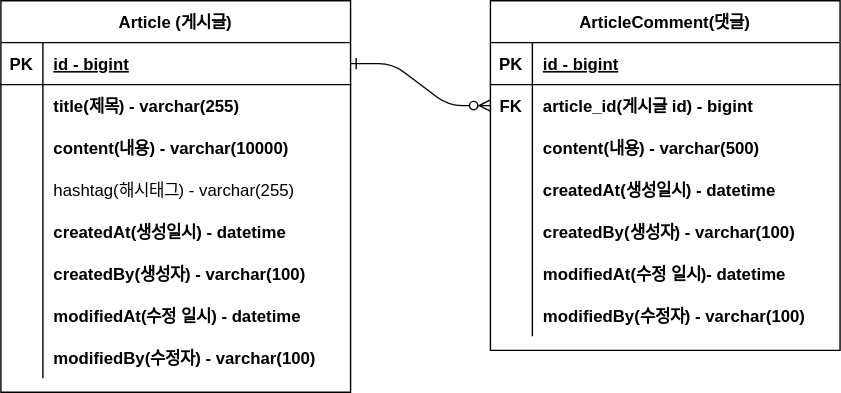
Before: document/BoardService.svg, a diagram exported from draw.io (Inderby/BoardService). Source tidied: cells renumbered, new cells last; positions are measured from the earlier drawing's top-left corner, leaving out a move shared by most shapes.
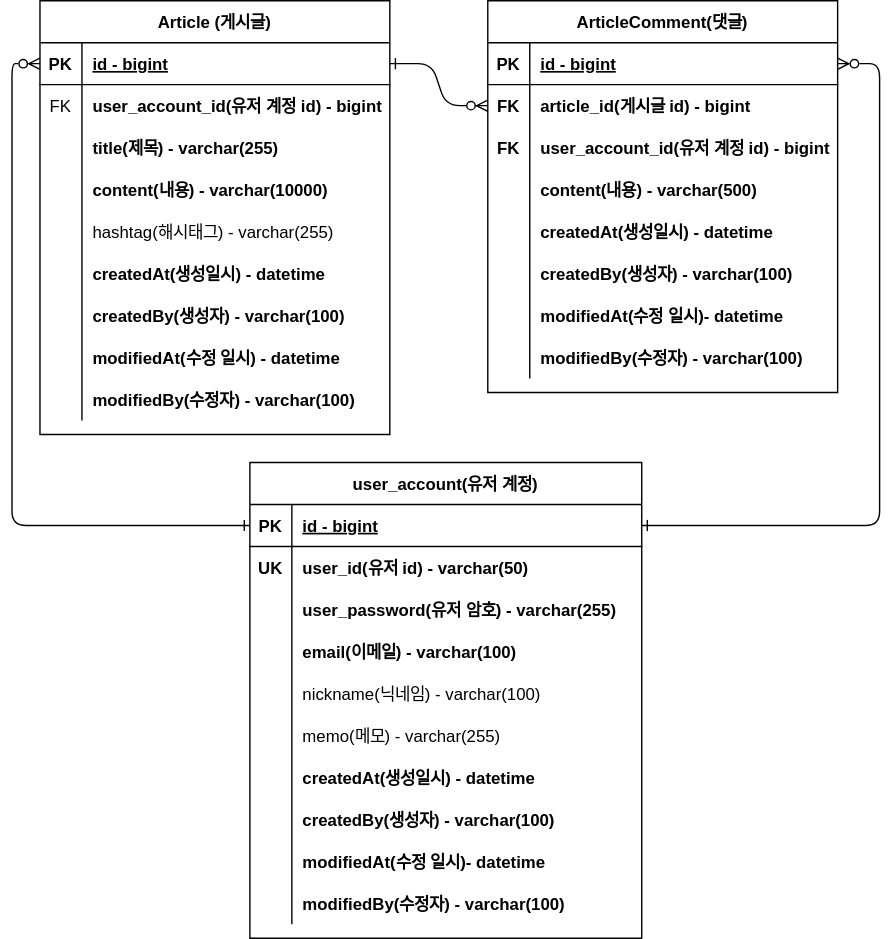
Above is the later version.

Commit message:
#17 - erd svg 업데이트 : user_account 테이블을 추가하고 연관 관계를 표시함

Change to the diagram source:
```diff
@@ -6,7 +6,7 @@
       <mxGeometry relative="1" as="geometry" />
     </mxCell>
     <mxCell id="3" value="Article (게시글)" style="shape=table;startSize=30;rowLines=0;fontStyle=1;align=center;" parent="1" vertex="1">
-      <mxGeometry width="250" height="280" as="geometry" />
+      <mxGeometry x="39" width="250" height="310" as="geometry" />
     </mxCell>
     <mxCell id="4" style="shape=partialRectangle;fillColor=none;points=[[0,0.5],[1,0.5]];portConstraint=eastwest;top=0;left=0;right=0;bottom=1;" parent="3" vertex="1">
       <mxGeometry y="30" width="250" height="30" as="geometry" />
@@ -17,8 +17,17 @@
     <mxCell id="6" value="id - bigint" style="shape=partialRectangle;overflow=hidden;fillColor=none;top=0;left=0;bottom=0;right=0;align=left;spacingLeft=6;fontStyle=5;" parent="4" vertex="1">
       <mxGeometry x="30" width="220" height="30" as="geometry" />
     </mxCell>
+    <mxCell id="50" style="shape=partialRectangle;fillColor=none;top=0;left=0;right=0;bottom=0;" parent="3" vertex="1">
+      <mxGeometry y="60" width="250" height="30" as="geometry" />
+    </mxCell>
+    <mxCell id="51" value="FK" style="shape=partialRectangle;overflow=hidden;fillColor=none;top=0;left=0;bottom=0;right=0;" parent="50" vertex="1">
+      <mxGeometry width="30" height="30" as="geometry" />
+    </mxCell>
+    <mxCell id="52" value="user_account_id(유저 계정 id) - bigint" style="shape=partialRectangle;overflow=hidden;fillColor=none;top=0;left=0;bottom=0;right=0;align=left;spacingLeft=6;fontStyle=1;" parent="50" vertex="1">
+      <mxGeometry x="30" width="220" height="30" as="geometry" />
+    </mxCell>
     <mxCell id="7" style="shape=partialRectangle;fillColor=none;top=0;left=0;right=0;bottom=0;" parent="3" vertex="1">
-      <mxGeometry y="60" width="250" height="30" as="geometry" />
+      <mxGeometry y="90" width="250" height="30" as="geometry" />
     </mxCell>
     <mxCell id="8" style="shape=partialRectangle;overflow=hidden;fillColor=none;top=0;left=0;bottom=0;right=0;" parent="7" vertex="1">
       <mxGeometry width="30" height="30" as="geometry" />
@@ -27,7 +36,7 @@
       <mxGeometry x="30" width="220" height="30" as="geometry" />
     </mxCell>
     <mxCell id="10" style="shape=partialRectangle;fillColor=none;top=0;left=0;right=0;bottom=0;" parent="3" vertex="1">
-      <mxGeometry y="90" width="250" height="30" as="geometry" />
+      <mxGeometry y="120" width="250" height="30" as="geometry" />
     </mxCell>
     <mxCell id="11" style="shape=partialRectangle;overflow=hidden;fillColor=none;top=0;left=0;bottom=0;right=0;" parent="10" vertex="1">
       <mxGeometry width="30" height="30" as="geometry" />
@@ -36,7 +45,7 @@
       <mxGeometry x="30" width="220" height="30" as="geometry" />
     </mxCell>
     <mxCell id="13" style="shape=partialRectangle;fillColor=none;top=0;left=0;right=0;bottom=0;" parent="3" vertex="1">
-      <mxGeometry y="120" width="250" height="30" as="geometry" />
+      <mxGeometry y="150" width="250" height="30" as="geometry" />
     </mxCell>
     <mxCell id="14" style="shape=partialRectangle;overflow=hidden;fillColor=none;top=0;left=0;bottom=0;right=0;" parent="13" vertex="1">
       <mxGeometry width="30" height="30" as="geometry" />
@@ -45,7 +54,7 @@
       <mxGeometry x="30" width="220" height="30" as="geometry" />
     </mxCell>
     <mxCell id="16" style="shape=partialRectangle;fillColor=none;top=0;left=0;right=0;bottom=0;" parent="3" vertex="1">
-      <mxGeometry y="150" width="250" height="30" as="geometry" />
+      <mxGeometry y="180" width="250" height="30" as="geometry" />
     </mxCell>
     <mxCell id="17" style="shape=partialRectangle;overflow=hidden;fillColor=none;top=0;left=0;bottom=0;right=0;" parent="16" vertex="1">
       <mxGeometry width="30" height="30" as="geometry" />
@@ -54,7 +63,7 @@
       <mxGeometry x="30" width="220" height="30" as="geometry" />
     </mxCell>
     <mxCell id="19" style="shape=partialRectangle;fillColor=none;top=0;left=0;right=0;bottom=0;" parent="3" vertex="1">
-      <mxGeometry y="180" width="250" height="30" as="geometry" />
+      <mxGeometry y="210" width="250" height="30" as="geometry" />
     </mxCell>
     <mxCell id="20" style="shape=partialRectangle;overflow=hidden;fillColor=none;top=0;left=0;bottom=0;right=0;" parent="19" vertex="1">
       <mxGeometry width="30" height="30" as="geometry" />
@@ -63,7 +72,7 @@
       <mxGeometry x="30" width="220" height="30" as="geometry" />
     </mxCell>
     <mxCell id="22" style="shape=partialRectangle;fillColor=none;top=0;left=0;right=0;bottom=0;" parent="3" vertex="1">
-      <mxGeometry y="210" width="250" height="30" as="geometry" />
+      <mxGeometry y="240" width="250" height="30" as="geometry" />
     </mxCell>
     <mxCell id="23" style="shape=partialRectangle;overflow=hidden;fillColor=none;top=0;left=0;bottom=0;right=0;" parent="22" vertex="1">
       <mxGeometry width="30" height="30" as="geometry" />
@@ -72,7 +81,7 @@
       <mxGeometry x="30" width="220" height="30" as="geometry" />
     </mxCell>
     <mxCell id="25" style="shape=partialRectangle;fillColor=none;top=0;left=0;right=0;bottom=0;" parent="3" vertex="1">
-      <mxGeometry y="240" width="250" height="30" as="geometry" />
+      <mxGeometry y="270" width="250" height="30" as="geometry" />
     </mxCell>
     <mxCell id="26" style="shape=partialRectangle;overflow=hidden;fillColor=none;top=0;left=0;bottom=0;right=0;" parent="25" vertex="1">
       <mxGeometry width="30" height="30" as="geometry" />
@@ -81,7 +90,7 @@
       <mxGeometry x="30" width="220" height="30" as="geometry" />
     </mxCell>
     <mxCell id="28" value="ArticleComment(댓글)" style="shape=table;startSize=30;rowLines=0;fontStyle=1;align=center;" parent="1" vertex="1">
-      <mxGeometry x="350" width="250" height="250" as="geometry" />
+      <mxGeometry x="359" width="250" height="280" as="geometry" />
     </mxCell>
     <mxCell id="29" style="shape=partialRectangle;fillColor=none;points=[[0,0.5],[1,0.5]];portConstraint=eastwest;top=0;left=0;right=0;bottom=1;" parent="28" vertex="1">
       <mxGeometry y="30" width="250" height="30" as="geometry" />
@@ -101,8 +110,17 @@
     <mxCell id="34" value="article_id(게시글 id) - bigint" style="shape=partialRectangle;overflow=hidden;fillColor=none;top=0;left=0;bottom=0;right=0;align=left;spacingLeft=6;fontStyle=1;" parent="32" vertex="1">
       <mxGeometry x="30" width="220" height="30" as="geometry" />
     </mxCell>
+    <mxCell id="53" style="shape=partialRectangle;fillColor=none;top=0;left=0;right=0;bottom=0;" parent="28" vertex="1">
+      <mxGeometry y="90" width="250" height="30" as="geometry" />
+    </mxCell>
+    <mxCell id="54" value="FK" style="shape=partialRectangle;overflow=hidden;fillColor=none;top=0;left=0;bottom=0;right=0;fontStyle=1;" parent="53" vertex="1">
+      <mxGeometry width="30" height="30" as="geometry" />
+    </mxCell>
+    <mxCell id="55" value="user_account_id(유저 계정 id) - bigint" style="shape=partialRectangle;overflow=hidden;fillColor=none;top=0;left=0;bottom=0;right=0;align=left;spacingLeft=6;fontStyle=1;" parent="53" vertex="1">
+      <mxGeometry x="30" width="220" height="30" as="geometry" />
+    </mxCell>
     <mxCell id="35" style="shape=partialRectangle;fillColor=none;top=0;left=0;right=0;bottom=0;" parent="28" vertex="1">
-      <mxGeometry y="90" width="250" height="30" as="geometry" />
+      <mxGeometry y="120" width="250" height="30" as="geometry" />
     </mxCell>
     <mxCell id="36" style="shape=partialRectangle;overflow=hidden;fillColor=none;top=0;left=0;bottom=0;right=0;" parent="35" vertex="1">
       <mxGeometry width="30" height="30" as="geometry" />
@@ -111,7 +129,7 @@
       <mxGeometry x="30" width="220" height="30" as="geometry" />
     </mxCell>
     <mxCell id="38" style="shape=partialRectangle;fillColor=none;top=0;left=0;right=0;bottom=0;" parent="28" vertex="1">
-      <mxGeometry y="120" width="250" height="30" as="geometry" />
+      <mxGeometry y="150" width="250" height="30" as="geometry" />
     </mxCell>
     <mxCell id="39" style="shape=partialRectangle;overflow=hidden;fillColor=none;top=0;left=0;bottom=0;right=0;" parent="38" vertex="1">
       <mxGeometry width="30" height="30" as="geometry" />
@@ -120,7 +138,7 @@
       <mxGeometry x="30" width="220" height="30" as="geometry" />
     </mxCell>
     <mxCell id="41" style="shape=partialRectangle;fillColor=none;top=0;left=0;right=0;bottom=0;" parent="28" vertex="1">
-      <mxGeometry y="150" width="250" height="30" as="geometry" />
+      <mxGeometry y="180" width="250" height="30" as="geometry" />
     </mxCell>
     <mxCell id="42" style="shape=partialRectangle;overflow=hidden;fillColor=none;top=0;left=0;bottom=0;right=0;" parent="41" vertex="1">
       <mxGeometry width="30" height="30" as="geometry" />
@@ -129,7 +147,7 @@
       <mxGeometry x="30" width="220" height="30" as="geometry" />
     </mxCell>
     <mxCell id="44" style="shape=partialRectangle;fillColor=none;top=0;left=0;right=0;bottom=0;" parent="28" vertex="1">
-      <mxGeometry y="180" width="250" height="30" as="geometry" />
+      <mxGeometry y="210" width="250" height="30" as="geometry" />
     </mxCell>
     <mxCell id="45" style="shape=partialRectangle;overflow=hidden;fillColor=none;top=0;left=0;bottom=0;right=0;" parent="44" vertex="1">
       <mxGeometry width="30" height="30" as="geometry" />
@@ -138,7 +156,7 @@
       <mxGeometry x="30" width="220" height="30" as="geometry" />
     </mxCell>
     <mxCell id="47" style="shape=partialRectangle;fillColor=none;top=0;left=0;right=0;bottom=0;" parent="28" vertex="1">
-      <mxGeometry y="210" width="250" height="30" as="geometry" />
+      <mxGeometry y="240" width="250" height="30" as="geometry" />
     </mxCell>
     <mxCell id="48" style="shape=partialRectangle;overflow=hidden;fillColor=none;top=0;left=0;bottom=0;right=0;" parent="47" vertex="1">
       <mxGeometry width="30" height="30" as="geometry" />
@@ -146,5 +164,108 @@
     <mxCell id="49" value="modifiedBy(수정자) - varchar(100)" style="shape=partialRectangle;overflow=hidden;fillColor=none;top=0;left=0;bottom=0;right=0;align=left;spacingLeft=6;fontStyle=1;" parent="47" vertex="1">
       <mxGeometry x="30" width="220" height="30" as="geometry" />
     </mxCell>
+    <mxCell id="56" value="user_account(유저 계정)" style="shape=table;startSize=30;rowLines=0;fontStyle=1;align=center;" parent="1" vertex="1">
+      <mxGeometry x="189" y="330" width="280" height="340" as="geometry" />
+    </mxCell>
+    <mxCell id="57" style="shape=partialRectangle;fillColor=none;points=[[0,0.5],[1,0.5]];portConstraint=eastwest;top=0;left=0;right=0;bottom=1;" parent="56" vertex="1">
+      <mxGeometry y="30" width="280" height="30" as="geometry" />
+    </mxCell>
+    <mxCell id="58" value="PK" style="shape=partialRectangle;overflow=hidden;fillColor=none;top=0;left=0;bottom=0;right=0;fontStyle=1;" parent="57" vertex="1">
+      <mxGeometry width="30" height="30" as="geometry" />
+    </mxCell>
+    <mxCell id="59" value="id - bigint" style="shape=partialRectangle;overflow=hidden;fillColor=none;top=0;left=0;bottom=0;right=0;align=left;spacingLeft=6;fontStyle=5;" parent="57" vertex="1">
+      <mxGeometry x="30" width="250" height="30" as="geometry" />
+    </mxCell>
+    <mxCell id="60" style="shape=partialRectangle;fillColor=none;top=0;left=0;right=0;bottom=0;" parent="56" vertex="1">
+      <mxGeometry y="60" width="280" height="30" as="geometry" />
+    </mxCell>
+    <mxCell id="61" value="UK" style="shape=partialRectangle;overflow=hidden;fillColor=none;top=0;left=0;bottom=0;right=0;fontStyle=1;" parent="60" vertex="1">
+      <mxGeometry width="30" height="30" as="geometry" />
+    </mxCell>
+    <mxCell id="62" value="user_id(유저 id) - varchar(50)" style="shape=partialRectangle;overflow=hidden;fillColor=none;top=0;left=0;bottom=0;right=0;align=left;spacingLeft=6;fontStyle=1;" parent="60" vertex="1">
+      <mxGeometry x="30" width="250" height="30" as="geometry" />
+    </mxCell>
+    <mxCell id="63" style="shape=partialRectangle;fillColor=none;top=0;left=0;right=0;bottom=0;" parent="56" vertex="1">
+      <mxGeometry y="90" width="280" height="30" as="geometry" />
+    </mxCell>
+    <mxCell id="64" style="shape=partialRectangle;overflow=hidden;fillColor=none;top=0;left=0;bottom=0;right=0;" parent="63" vertex="1">
+      <mxGeometry width="30" height="30" as="geometry" />
+    </mxCell>
+    <mxCell id="65" value="user_password(유저 암호) - varchar(255)" style="shape=partialRectangle;overflow=hidden;fillColor=none;top=0;left=0;bottom=0;right=0;align=left;spacingLeft=6;fontStyle=1;" parent="63" vertex="1">
+      <mxGeometry x="30" width="250" height="30" as="geometry" />
+    </mxCell>
+    <mxCell id="66" style="shape=partialRectangle;fillColor=none;top=0;left=0;right=0;bottom=0;" parent="56" vertex="1">
+      <mxGeometry y="120" width="280" height="30" as="geometry" />
+    </mxCell>
+    <mxCell id="67" style="shape=partialRectangle;overflow=hidden;fillColor=none;top=0;left=0;bottom=0;right=0;" parent="66" vertex="1">
+      <mxGeometry width="30" height="30" as="geometry" />
+    </mxCell>
+    <mxCell id="68" value="email(이메일) - varchar(100)" style="shape=partialRectangle;overflow=hidden;fillColor=none;top=0;left=0;bottom=0;right=0;align=left;spacingLeft=6;fontStyle=1;" parent="66" vertex="1">
+      <mxGeometry x="30" width="250" height="30" as="geometry" />
+    </mxCell>
+    <mxCell id="69" style="shape=partialRectangle;fillColor=none;top=0;left=0;right=0;bottom=0;" parent="56" vertex="1">
+      <mxGeometry y="150" width="280" height="30" as="geometry" />
+    </mxCell>
+    <mxCell id="70" style="shape=partialRectangle;overflow=hidden;fillColor=none;top=0;left=0;bottom=0;right=0;" parent="69" vertex="1">
+      <mxGeometry width="30" height="30" as="geometry" />
+    </mxCell>
+    <mxCell id="71" value="nickname(닉네임) - varchar(100)" style="shape=partialRectangle;overflow=hidden;fillColor=none;top=0;left=0;bottom=0;right=0;align=left;spacingLeft=6;fontStyle=0;" parent="69" vertex="1">
+      <mxGeometry x="30" width="250" height="30" as="geometry" />
+    </mxCell>
+    <mxCell id="72" style="shape=partialRectangle;fillColor=none;top=0;left=0;right=0;bottom=0;" parent="56" vertex="1">
+      <mxGeometry y="180" width="280" height="30" as="geometry" />
+    </mxCell>
+    <mxCell id="73" style="shape=partialRectangle;overflow=hidden;fillColor=none;top=0;left=0;bottom=0;right=0;" parent="72" vertex="1">
+      <mxGeometry width="30" height="30" as="geometry" />
+    </mxCell>
+    <mxCell id="74" value="memo(메모) - varchar(255)" style="shape=partialRectangle;overflow=hidden;fillColor=none;top=0;left=0;bottom=0;right=0;align=left;spacingLeft=6;fontStyle=0;" parent="72" vertex="1">
+      <mxGeometry x="30" width="250" height="30" as="geometry" />
+    </mxCell>
+    <mxCell id="75" style="shape=partialRectangle;fillColor=none;top=0;left=0;right=0;bottom=0;" parent="56" vertex="1">
+      <mxGeometry y="210" width="280" height="30" as="geometry" />
+    </mxCell>
+    <mxCell id="76" style="shape=partialRectangle;overflow=hidden;fillColor=none;top=0;left=0;bottom=0;right=0;" parent="75" vertex="1">
+      <mxGeometry width="30" height="30" as="geometry" />
+    </mxCell>
+    <mxCell id="77" value="createdAt(생성일시) - datetime" style="shape=partialRectangle;overflow=hidden;fillColor=none;top=0;left=0;bottom=0;right=0;align=left;spacingLeft=6;fontStyle=1;" parent="75" vertex="1">
+      <mxGeometry x="30" width="250" height="30" as="geometry" />
+    </mxCell>
+    <mxCell id="78" style="shape=partialRectangle;fillColor=none;top=0;left=0;right=0;bottom=0;" parent="56" vertex="1">
+      <mxGeometry y="240" width="280" height="30" as="geometry" />
+    </mxCell>
+    <mxCell id="79" style="shape=partialRectangle;overflow=hidden;fillColor=none;top=0;left=0;bottom=0;right=0;" parent="78" vertex="1">
+      <mxGeometry width="30" height="30" as="geometry" />
+    </mxCell>
+    <mxCell id="80" value="createdBy(생성자) - varchar(100)" style="shape=partialRectangle;overflow=hidden;fillColor=none;top=0;left=0;bottom=0;right=0;align=left;spacingLeft=6;fontStyle=1;" parent="78" vertex="1">
+      <mxGeometry x="30" width="250" height="30" as="geometry" />
+    </mxCell>
+    <mxCell id="81" style="shape=partialRectangle;fillColor=none;top=0;left=0;right=0;bottom=0;" parent="56" vertex="1">
+      <mxGeometry y="270" width="280" height="30" as="geometry" />
+    </mxCell>
+    <mxCell id="82" style="shape=partialRectangle;overflow=hidden;fillColor=none;top=0;left=0;bottom=0;right=0;" parent="81" vertex="1">
+      <mxGeometry width="30" height="30" as="geometry" />
+    </mxCell>
+    <mxCell id="83" value="modifiedAt(수정 일시)- datetime" style="shape=partialRectangle;overflow=hidden;fillColor=none;top=0;left=0;bottom=0;right=0;align=left;spacingLeft=6;fontStyle=1;" parent="81" vertex="1">
+      <mxGeometry x="30" width="250" height="30" as="geometry" />
+    </mxCell>
+    <mxCell id="84" style="shape=partialRectangle;fillColor=none;top=0;left=0;right=0;bottom=0;" parent="56" vertex="1">
+      <mxGeometry y="300" width="280" height="30" as="geometry" />
+    </mxCell>
+    <mxCell id="85" style="shape=partialRectangle;overflow=hidden;fillColor=none;top=0;left=0;bottom=0;right=0;" parent="84" vertex="1">
+      <mxGeometry width="30" height="30" as="geometry" />
+    </mxCell>
+    <mxCell id="86" value="modifiedBy(수정자) - varchar(100)" style="shape=partialRectangle;overflow=hidden;fillColor=none;top=0;left=0;bottom=0;right=0;align=left;spacingLeft=6;fontStyle=1;" parent="84" vertex="1">
+      <mxGeometry x="30" width="250" height="30" as="geometry" />
+    </mxCell>
+    <mxCell id="87" style="edgeStyle=entityRelationEdgeStyle;rounded=1;jettySize=auto;html=1;endArrow=ERzeroToMany;endFill=0;startArrow=ERone;startFill=0;exitX=1;exitY=0.5;exitDx=0;exitDy=0;" parent="1" edge="1" source="57" target="29">
+      <mxGeometry relative="1" as="geometry">
+        <Array as="points">
+          <mxPoint x="399" y="230" />
+        </Array>
+      </mxGeometry>
+    </mxCell>
+    <mxCell id="88" style="edgeStyle=orthogonalEdgeStyle;rounded=1;jettySize=auto;html=1;entryX=0;entryY=0.5;entryDx=0;entryDy=0;endArrow=ERzeroToMany;endFill=0;startArrow=ERone;startFill=0;curved=0;" parent="1" edge="1" source="57" target="4">
+      <mxGeometry relative="1" as="geometry" />
+    </mxCell>
   </root>
 </mxGraphModel>
```
